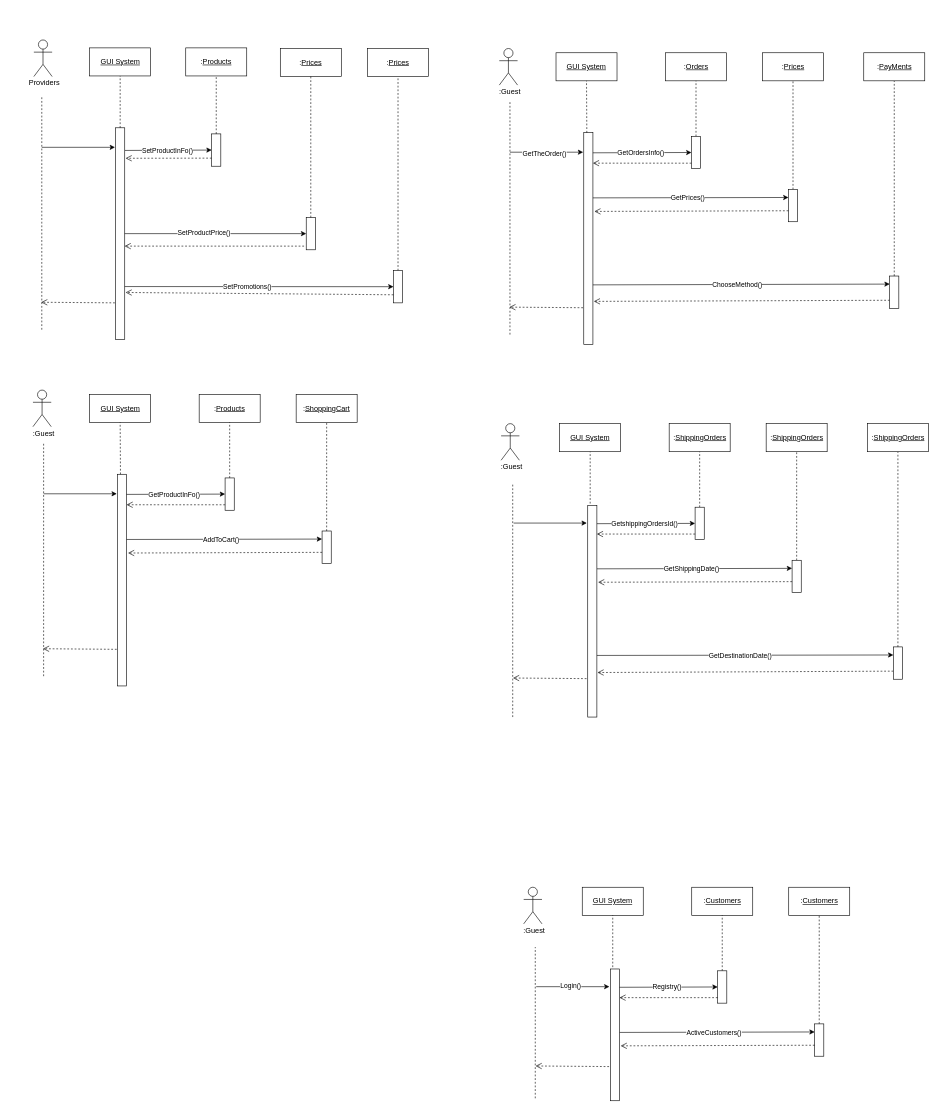
The draw.io diagram chart_6.drawio in gakucode0602/Chart, before the edit. Source tidied: cells renumbered, new cells numbered last; positions are measured from the earlier drawing's top-left corner, leaving out a move shared by most shapes. Both pictures are drawn from the tidied source at 61%, with x=0, y=0 at pixel (23, 40).
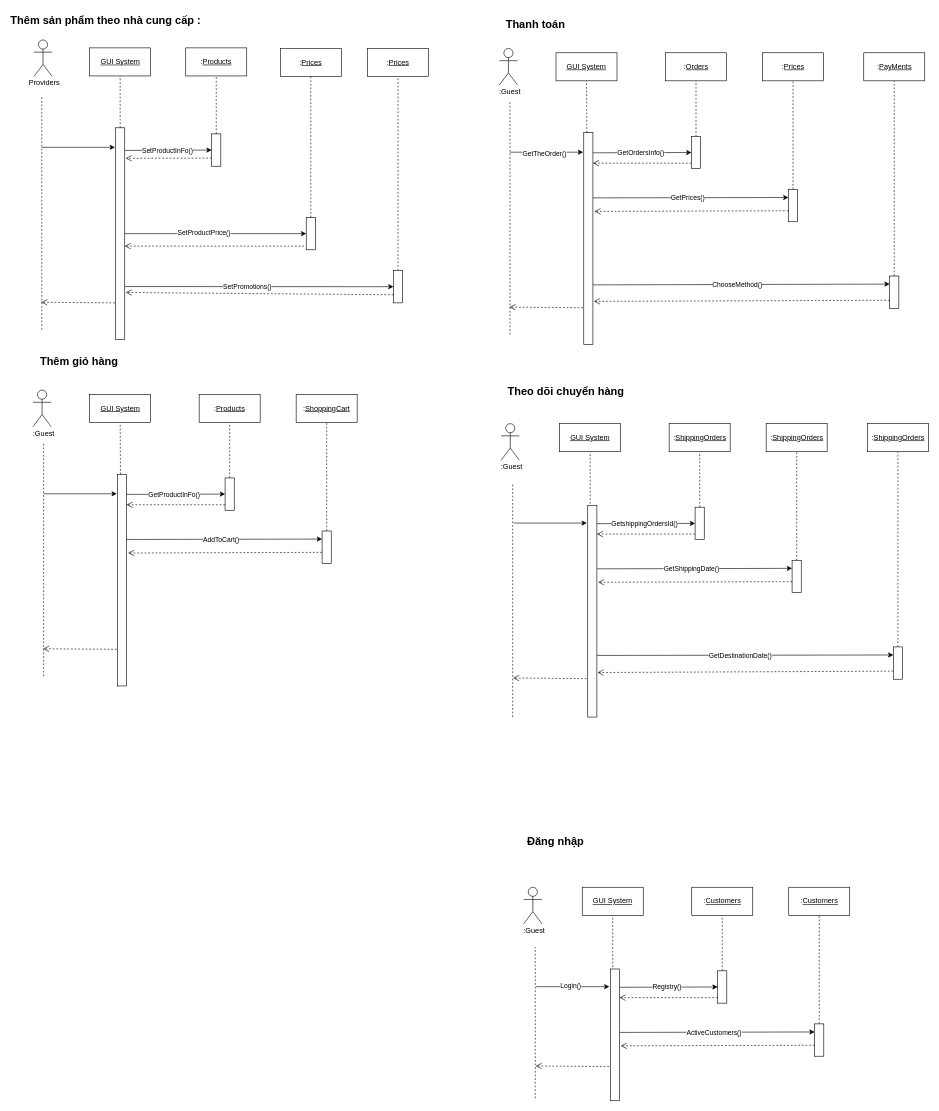
The same diagram, later.

Commit message (it also covers changes not shown here):
Cập nhật chart_6.drawio

Diff of the diagram source:
```diff
@@
+    <mxCell id="122" value="Thêm sản phẩm theo nhà cung cấp :&amp;nbsp;" style="text;html=1;align=center;verticalAlign=middle;strokeColor=none;fillColor=none;fontSize=18;fontStyle=1;" parent="1" vertex="1">
+      <mxGeometry x="-20" y="-48" width="316" height="34" as="geometry" />
+    </mxCell>
+    <mxCell id="123" value="Thêm giỏ hàng" style="text;html=1;align=center;verticalAlign=middle;strokeColor=none;fillColor=none;fontSize=18;fontStyle=1;" parent="1" vertex="1">
+      <mxGeometry x="23" y="511" width="138" height="34" as="geometry" />
+    </mxCell>
+    <mxCell id="124" value="Thanh toán" style="text;html=1;align=center;verticalAlign=middle;strokeColor=none;fillColor=none;fontSize=18;fontStyle=1;" parent="1" vertex="1">
+      <mxGeometry x="785" y="-42" width="109" height="34" as="geometry" />
+    </mxCell>
+    <mxCell id="125" value="Theo dõi chuyển hàng" style="text;html=1;align=center;verticalAlign=middle;strokeColor=none;fillColor=none;fontSize=18;fontStyle=1;" parent="1" vertex="1">
+      <mxGeometry x="792" y="560" width="196" height="34" as="geometry" />
+    </mxCell>
+    <mxCell id="126" value="Đăng nhập" style="text;html=1;align=center;verticalAlign=middle;strokeColor=none;fillColor=none;fontSize=18;fontStyle=1;" parent="1" vertex="1">
+      <mxGeometry x="820" y="1298" width="106" height="34" as="geometry" />
+    </mxCell>
```
